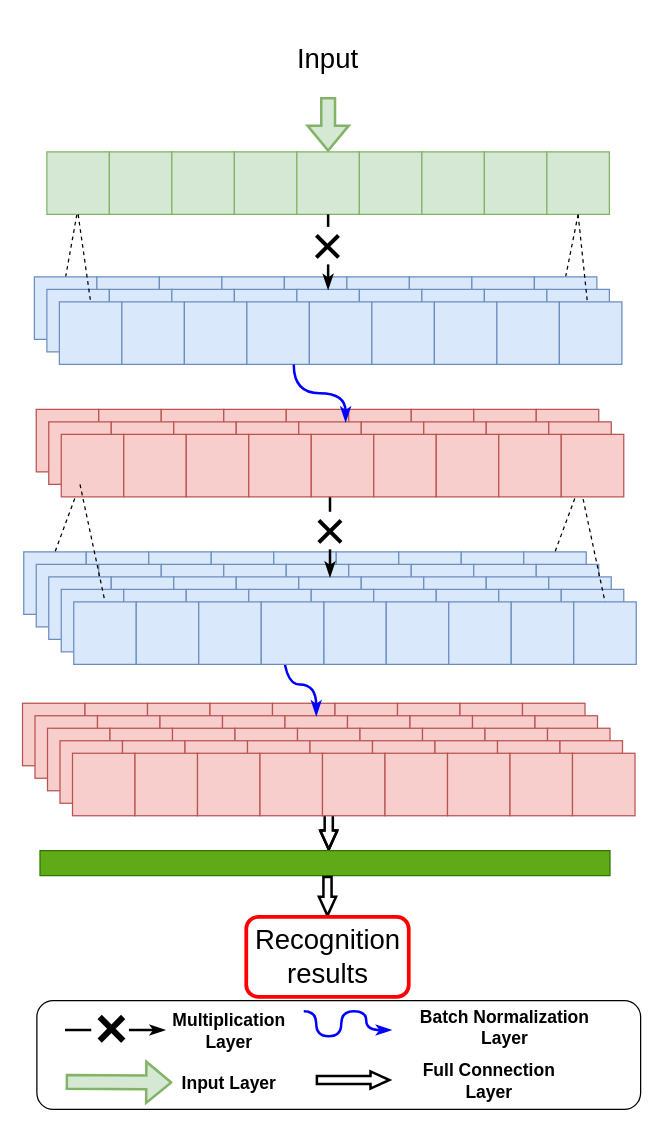
1009351456/Anonymous keeps this draw.io diagram as FMNN2.drawio. Above is the earlier version. Source tidied: cells renumbered, new cells numbered last; positions are measured from the earlier drawing's top-left corner, leaving out a move shared by most shapes. Both pictures are drawn from the tidied source at 125%, with x=0, y=0 at pixel (21, 21).
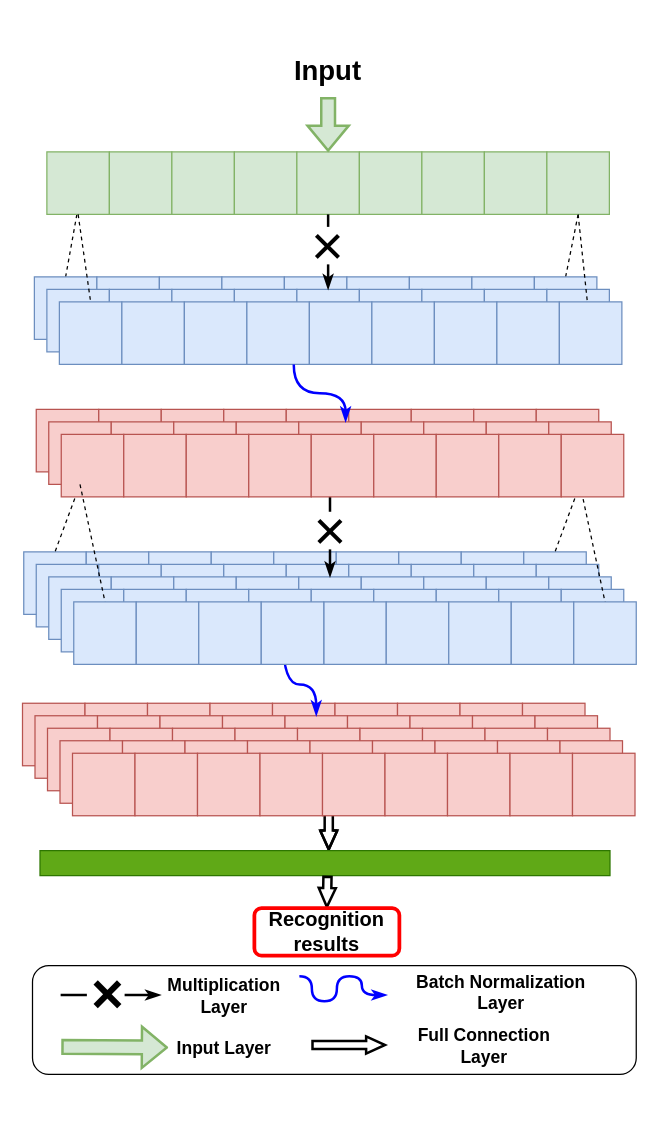
Above is the later version.

Change to the diagram source:
```diff
@@
-    <mxCell id="127" value="Recognition results" style="rounded=1;whiteSpace=wrap;html=1;fontSize=22;strokeColor=#FF0000;strokeWidth=3;flipV=0;horizontal=0;rotation=90;fontFamily=Helvetica;fontStyle=0;" parent="1" vertex="1">
-      <mxGeometry x="212.5" y="683" width="64" height="130" as="geometry" />
+    <mxCell id="127" value="Recognition results" style="rounded=1;whiteSpace=wrap;html=1;fontSize=16;strokeColor=#FF0000;strokeWidth=3;flipV=0;horizontal=0;rotation=90;fontFamily=Helvetica;fontStyle=1;" parent="1" vertex="1">
+      <mxGeometry x="225" y="670" width="38" height="116" as="geometry" />
     </mxCell>
@@
-    <mxCell id="176" value="Input" style="rounded=0;whiteSpace=wrap;html=1;fontSize=22;strokeColor=none;fillColor=none;" parent="1" vertex="1">
-      <mxGeometry x="185" width="120" height="60" as="geometry" />
+    <mxCell id="176" value="Input" style="rounded=0;whiteSpace=wrap;html=1;fontSize=22;strokeColor=none;fillColor=none;fontStyle=1;" parent="1" vertex="1">
+      <mxGeometry x="206" y="20" width="78" height="40" as="geometry" />
     </mxCell>
     <mxCell id="177" style="rounded=1;whiteSpace=wrap;html=1;fillColor=none;fontStyle=1;" parent="1" vertex="1">
-      <mxGeometry x="12" y="783" width="483" height="87" as="geometry" />
+      <mxGeometry x="8.5" y="755" width="483" height="87" as="geometry" />
     </mxCell>
     <mxCell id="178" style="edgeStyle=none;rounded=0;jettySize=auto;html=1;exitX=0.5;exitY=1;exitDx=0;exitDy=0;fontSize=45;endArrow=classicThin;endFill=1;strokeWidth=2;fontStyle=1;" parent="1" edge="1" source="179">
       <mxGeometry relative="1" as="geometry">
-        <mxPoint x="114.5" y="806.5" as="targetPoint" />
+        <mxPoint x="111" y="778.5" as="targetPoint" />
       </mxGeometry>
     </mxCell>
     <mxCell id="179" value="×" style="rounded=0;whiteSpace=wrap;html=1;textDirection=ltr;labelPosition=center;verticalLabelPosition=middle;align=center;verticalAlign=middle;fontSize=45;strokeColor=none;rotation=-90;fontStyle=1;" parent="1" vertex="1">
-      <mxGeometry x="55.5" y="791.5" width="30" height="30" as="geometry" />
+      <mxGeometry x="52" y="763.5" width="30" height="30" as="geometry" />
     </mxCell>
     <mxCell id="180" style="endArrow=none;html=1;fontSize=45;exitX=0.5;exitY=0;exitDx=0;exitDy=0;strokeWidth=2;fontStyle=1;" parent="1" edge="1" source="179">
       <mxGeometry relative="1" as="geometry">
-        <mxPoint x="34.5" y="806.5" as="targetPoint" />
+        <mxPoint x="31" y="778.5" as="targetPoint" />
       </mxGeometry>
     </mxCell>
     <mxCell id="181" value="Multiplication&lt;br style=&quot;font-size: 14px;&quot;&gt;Layer&lt;br style=&quot;font-size: 14px;&quot;&gt;" style="rounded=1;whiteSpace=wrap;html=1;fontSize=14;strokeColor=none;strokeWidth=3;flipV=0;horizontal=0;rotation=90;fontFamily=Helvetica;fontStyle=1;" parent="1" vertex="1">
-      <mxGeometry x="146.5" y="761.5" width="38" height="90" as="geometry" />
+      <mxGeometry x="143" y="733.5" width="38" height="90" as="geometry" />
     </mxCell>
     <mxCell id="182" style="edgeStyle=orthogonalEdgeStyle;curved=1;rounded=0;orthogonalLoop=1;jettySize=auto;html=1;fontFamily=Helvetica;fontSize=45;fontColor=#000000;strokeColor=#0000FF;strokeWidth=2;endFill=1;endArrow=classicThin;fontStyle=1;" parent="1" edge="1">
       <mxGeometry relative="1" as="geometry">
-        <mxPoint x="225.5" y="791.5" as="sourcePoint" />
-        <mxPoint x="295.5" y="806.5" as="targetPoint" />
+        <mxPoint x="222" y="763.5" as="sourcePoint" />
+        <mxPoint x="292" y="778.5" as="targetPoint" />
         <Array as="points">
-          <mxPoint x="235.5" y="791.5" />
-          <mxPoint x="235.5" y="811.5" />
-          <mxPoint x="255.5" y="811.5" />
-          <mxPoint x="255.5" y="791.5" />
-          <mxPoint x="275.5" y="791.5" />
-          <mxPoint x="275.5" y="806.5" />
-          <mxPoint x="295.5" y="806.5" />
+          <mxPoint x="232" y="763.5" />
+          <mxPoint x="232" y="783.5" />
+          <mxPoint x="252" y="783.5" />
+          <mxPoint x="252" y="763.5" />
+          <mxPoint x="272" y="763.5" />
+          <mxPoint x="272" y="778.5" />
+          <mxPoint x="292" y="778.5" />
         </Array>
       </mxGeometry>
     </mxCell>
     <mxCell id="183" value="Batch Normalization Layer&lt;br style=&quot;font-size: 14px;&quot;&gt;" style="rounded=1;whiteSpace=wrap;html=1;fontSize=14;strokeColor=none;strokeWidth=3;flipV=0;horizontal=0;rotation=90;fontFamily=Helvetica;fontStyle=1;" parent="1" vertex="1">
-      <mxGeometry x="367.5" y="727" width="38" height="153" as="geometry" />
+      <mxGeometry x="364" y="699" width="38" height="153" as="geometry" />
     </mxCell>
     <mxCell id="184" style="edgeStyle=orthogonalEdgeStyle;rounded=0;jettySize=auto;html=1;strokeWidth=2;fontSize=13;shape=flexArrow;strokeColor=#82b366;fillColor=#d5e8d4;entryX=0.5;entryY=1;entryDx=0;entryDy=0;fontStyle=1;" parent="1" edge="1" target="185">
       <mxGeometry relative="1" as="geometry">
-        <mxPoint x="35" y="848" as="sourcePoint" />
+        <mxPoint x="31.5" y="820" as="sourcePoint" />
         <Array as="points">
-          <mxPoint x="35" y="848" />
-          <mxPoint x="78" y="848" />
+          <mxPoint x="31.5" y="820" />
+          <mxPoint x="74.5" y="820" />
         </Array>
       </mxGeometry>
     </mxCell>
     <mxCell id="185" value="Input Layer&lt;br style=&quot;font-size: 14px;&quot;&gt;" style="rounded=1;whiteSpace=wrap;html=1;fontSize=14;strokeColor=none;strokeWidth=3;flipV=0;horizontal=0;rotation=90;fontFamily=Helvetica;fontStyle=1;" parent="1" vertex="1">
-      <mxGeometry x="146.5" y="803.5" width="38" height="90" as="geometry" />
+      <mxGeometry x="143" y="775.5" width="38" height="90" as="geometry" />
     </mxCell>
     <mxCell id="186" style="edgeStyle=orthogonalEdgeStyle;shape=flexArrow;curved=1;rounded=0;orthogonalLoop=1;jettySize=auto;html=1;labelBackgroundColor=none;endArrow=classicThin;endFill=1;strokeColor=#000000;strokeWidth=2;fontFamily=Times New Roman;fontSize=30;width=5.517241379310345;endSize=4.365517241379311;endWidth=5.1605231866825205;fontStyle=1;" parent="1" edge="1">
       <mxGeometry relative="1" as="geometry">
-        <mxPoint x="235" y="846.5" as="sourcePoint" />
-        <mxPoint x="295" y="846.5" as="targetPoint" />
+        <mxPoint x="231.5" y="818.5" as="sourcePoint" />
+        <mxPoint x="291.5" y="818.5" as="targetPoint" />
       </mxGeometry>
     </mxCell>
     <mxCell id="187" value="Full Connection Layer&lt;br style=&quot;font-size: 14px;&quot;&gt;" style="rounded=1;whiteSpace=wrap;html=1;fontSize=14;strokeColor=none;strokeWidth=3;flipV=0;horizontal=0;rotation=90;fontFamily=Helvetica;fontStyle=1;" parent="1" vertex="1">
-      <mxGeometry x="354.5" y="791.5" width="38" height="110" as="geometry" />
+      <mxGeometry x="351" y="763.5" width="38" height="110" as="geometry" />
     </mxCell>
```
